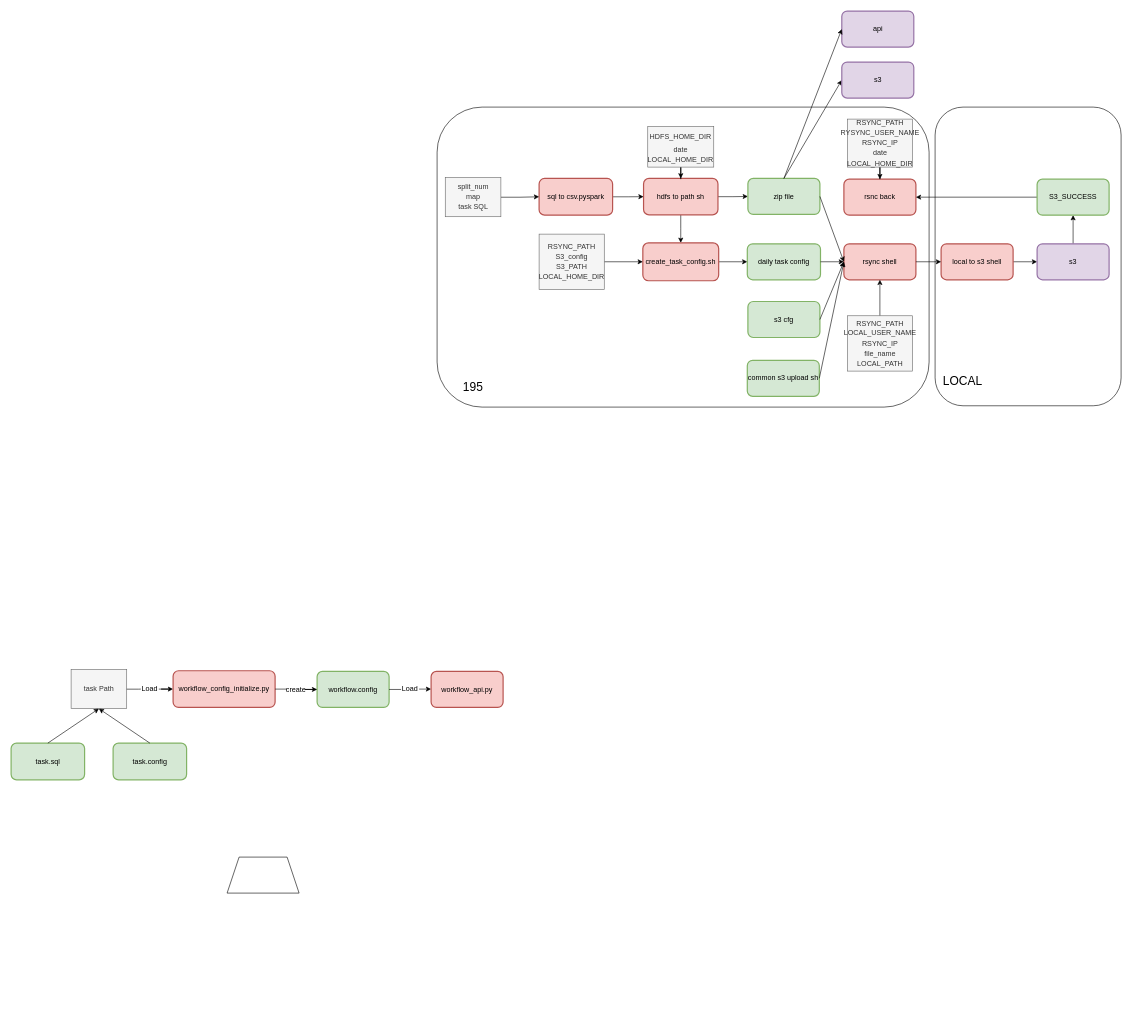
This is export.drawio from a490888602/draw, a draw.io file, before an edit. Source tidied: cells renumbered, new cells numbered last; positions are measured from the earlier drawing's top-left corner, leaving out a move shared by most shapes. Both pictures are drawn from the tidied source at 60%, with x=0, y=0 at pixel (11, 11).
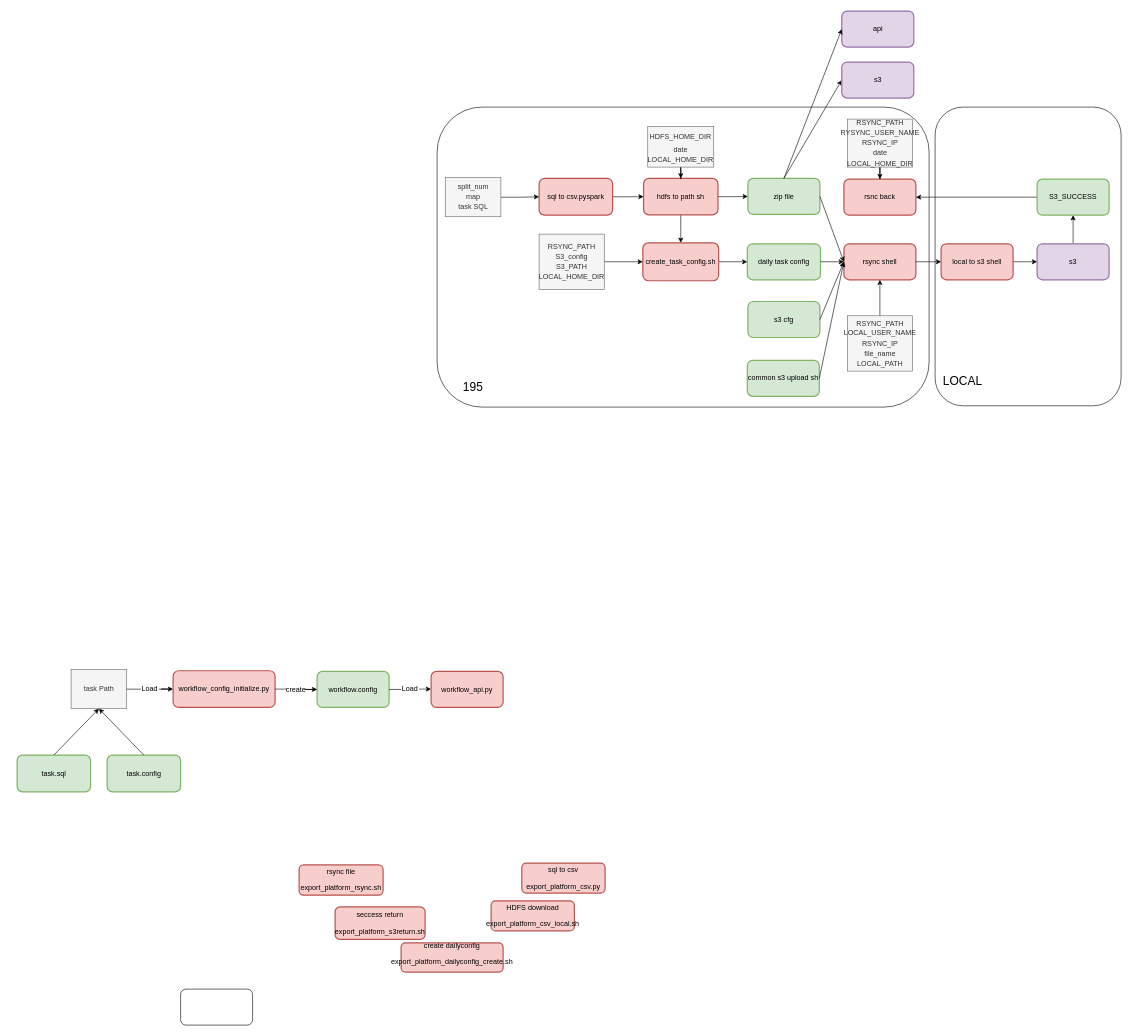
After the change.

The change refers to these unchanged cells:
```xml
<mxCell id="45" value="&lt;p style=&quot;line-height: 0.4;&quot;&gt;task Path&lt;/p&gt;" style="rounded=0;whiteSpace=wrap;html=1;fillColor=#f5f5f5;strokeColor=#666666;fontColor=#333333;" parent="1" vertex="1">
  <mxGeometry x="100" y="1097.5" width="92.7" height="65.1" as="geometry" />
</mxCell>
```

The edit, as a diff of the source:
```diff
@@
     <mxCell id="46" value="task.sql" style="rounded=1;whiteSpace=wrap;html=1;strokeWidth=2;fillColor=#d5e8d4;strokeColor=#82b366;" parent="1" vertex="1">
-      <mxGeometry y="1220" width="122.5" height="61.2" as="geometry" />
+      <mxGeometry x="10" y="1240" width="122.5" height="61.2" as="geometry" />
     </mxCell>
     <mxCell id="47" value="task.config" style="rounded=1;whiteSpace=wrap;html=1;strokeWidth=2;fillColor=#d5e8d4;strokeColor=#82b366;" parent="1" vertex="1">
-      <mxGeometry x="170" y="1220" width="122.5" height="61.2" as="geometry" />
+      <mxGeometry x="160" y="1240" width="122.5" height="61.2" as="geometry" />
     </mxCell>
@@
-    <mxCell id="53" style="endArrow=classic;html=1;rounded=0;entryX=0.5;entryY=1;entryDx=0;entryDy=0;exitX=0.5;exitY=0;exitDx=0;exitDy=0;" parent="1" edge="1" source="46" target="45">
-      <mxGeometry relative="1" as="geometry" />
-    </mxCell>
-    <mxCell id="54" style="endArrow=classic;html=1;rounded=0;entryX=0.5;entryY=1;entryDx=0;entryDy=0;exitX=0.5;exitY=0;exitDx=0;exitDy=0;" parent="1" edge="1" source="47" target="45">
-      <mxGeometry relative="1" as="geometry" />
-    </mxCell>
@@
-    <mxCell id="61" style="shape=trapezoid;perimeter=trapezoidPerimeter;whiteSpace=wrap;html=1;fixedSize=1;" parent="1" vertex="1">
-      <mxGeometry x="360" y="1410" width="120" height="60" as="geometry" />
-    </mxCell>
+    <mxCell id="62" style="rounded=1;whiteSpace=wrap;html=1;" parent="1" vertex="1">
+      <mxGeometry x="282.5" y="1630" width="120" height="60" as="geometry" />
+    </mxCell>
+    <mxCell id="63" value="&lt;p&gt;HDFS download&lt;/p&gt;&lt;p&gt;export_platform_csv_local.sh&lt;/p&gt;" style="rounded=1;whiteSpace=wrap;html=1;strokeWidth=2;fillColor=#f8cecc;strokeColor=#b85450;" parent="1" vertex="1">
+      <mxGeometry x="800" y="1483" width="138.8" height="50" as="geometry" />
+    </mxCell>
+    <mxCell id="64" value="create&amp;nbsp;&lt;span style=&quot;background-color: initial;&quot;&gt;dailyconfig&lt;/span&gt;&lt;br&gt;&lt;p&gt;export_platform_dailyconfig_create.sh&lt;/p&gt;" style="rounded=1;whiteSpace=wrap;html=1;strokeWidth=2;fillColor=#f8cecc;strokeColor=#b85450;" parent="1" vertex="1">
+      <mxGeometry x="650" y="1553" width="170" height="48.8" as="geometry" />
+    </mxCell>
+    <mxCell id="65" value="&lt;p&gt;rsync file&lt;/p&gt;&lt;p&gt;export_platform_rsync.sh&lt;/p&gt;" style="rounded=1;whiteSpace=wrap;html=1;strokeWidth=2;fillColor=#f8cecc;strokeColor=#b85450;" parent="1" vertex="1">
+      <mxGeometry x="480" y="1423" width="140" height="50.4" as="geometry" />
+    </mxCell>
+    <mxCell id="66" value="&lt;p&gt;seccess return&lt;/p&gt;&lt;p&gt;export_platform_s3return.sh&lt;/p&gt;" style="rounded=1;whiteSpace=wrap;html=1;strokeWidth=2;fillColor=#f8cecc;strokeColor=#b85450;" parent="1" vertex="1">
+      <mxGeometry x="540" y="1493" width="150" height="54" as="geometry" />
+    </mxCell>
+    <mxCell id="67" value="&lt;p&gt;sql to csv&lt;/p&gt;&lt;p&gt;export_platform_csv.py&lt;/p&gt;" style="rounded=1;whiteSpace=wrap;html=1;strokeWidth=2;fillColor=#f8cecc;strokeColor=#b85450;" parent="1" vertex="1">
+      <mxGeometry x="851.2" y="1420" width="138.8" height="50" as="geometry" />
+    </mxCell>
+    <mxCell id="53" style="endArrow=classic;html=1;rounded=0;entryX=0.5;entryY=1;entryDx=0;entryDy=0;exitX=0.5;exitY=0;exitDx=0;exitDy=0;" parent="1" edge="1" source="46" target="45">
+      <mxGeometry relative="1" as="geometry" />
+    </mxCell>
+    <mxCell id="54" style="endArrow=classic;html=1;rounded=0;entryX=0.5;entryY=1;entryDx=0;entryDy=0;exitX=0.5;exitY=0;exitDx=0;exitDy=0;" parent="1" edge="1" source="47" target="45">
+      <mxGeometry relative="1" as="geometry" />
+    </mxCell>
```
